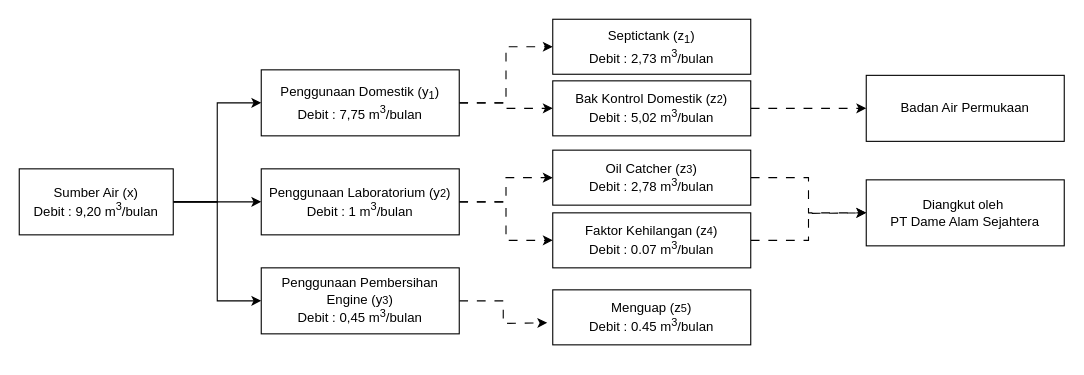
farid-arrasyid/SIGAP_OCSA keeps this draw.io diagram as page "BS139" (3 of 3) of Pemakaian Air Distrik Jambi.drawio. Above is the earlier version. Source tidied: cells renumbered, new cells numbered last; positions are measured from the earlier drawing's top-left corner, leaving out a move shared by most shapes. Both pictures are drawn from the tidied source at 110%, with x=0, y=0 at pixel (19, 19).
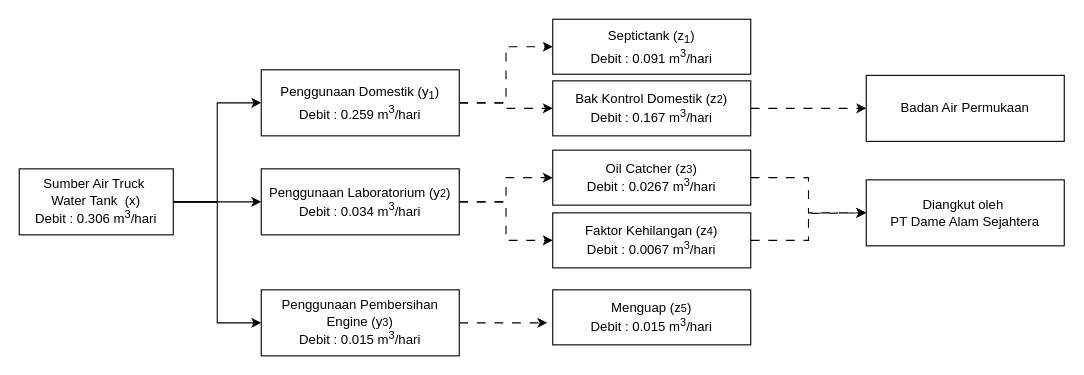
The same diagram, later.

Change to the diagram source:
```diff
@@
-    <mxCell id="5" value="Sumber Air (x)&lt;br&gt;Debit : 9,20&amp;nbsp;m&lt;sup&gt;3&lt;/sup&gt;/bulan" style="rounded=0;whiteSpace=wrap;html=1;" parent="1" vertex="1">
+    <mxCell id="5" value="Sumber Air Truck&amp;nbsp;&lt;br&gt;&lt;span style=&quot;background-color: transparent; color: light-dark(rgb(0, 0, 0), rgb(255, 255, 255));&quot;&gt;Water Tank&lt;/span&gt;&lt;span style=&quot;background-color: transparent; color: light-dark(rgb(0, 0, 0), rgb(255, 255, 255));&quot;&gt;&amp;nbsp;&lt;/span&gt;&amp;nbsp;(x)&lt;br&gt;Debit : 0.306 m&lt;sup&gt;3&lt;/sup&gt;/hari" style="rounded=0;whiteSpace=wrap;html=1;" parent="1" vertex="1">
       <mxGeometry y="136" width="140" height="60" as="geometry" />
     </mxCell>
@@
-    <mxCell id="8" value="Penggunaan Domestik (y&lt;sub&gt;1&lt;/sub&gt;)&lt;div&gt;Debit : 7,75 m&lt;sup&gt;3&lt;/sup&gt;/bulan&lt;/div&gt;" style="rounded=0;whiteSpace=wrap;html=1;" parent="1" vertex="1">
+    <mxCell id="8" value="Penggunaan Domestik (y&lt;sub&gt;1&lt;/sub&gt;)&lt;div&gt;Debit : 0.259 m&lt;sup&gt;3&lt;/sup&gt;/&lt;span style=&quot;background-color: transparent; color: light-dark(rgb(0, 0, 0), rgb(255, 255, 255));&quot;&gt;hari&lt;/span&gt;&lt;/div&gt;" style="rounded=0;whiteSpace=wrap;html=1;" parent="1" vertex="1">
       <mxGeometry x="220" y="46" width="180" height="60" as="geometry" />
     </mxCell>
@@
-    <mxCell id="11" value="Penggunaan Laboratorium (y&lt;span style=&quot;font-size: 10px;&quot;&gt;2&lt;/span&gt;)&lt;div&gt;Debit : 1 m&lt;sup&gt;3&lt;/sup&gt;/bulan&lt;/div&gt;" style="rounded=0;whiteSpace=wrap;html=1;" parent="1" vertex="1">
+    <mxCell id="11" value="Penggunaan Laboratorium (y&lt;span style=&quot;font-size: 10px;&quot;&gt;2&lt;/span&gt;)&lt;div&gt;Debit : 0.034 m&lt;sup&gt;3&lt;/sup&gt;/hari&lt;/div&gt;" style="rounded=0;whiteSpace=wrap;html=1;" parent="1" vertex="1">
       <mxGeometry x="220" y="136" width="180" height="60" as="geometry" />
     </mxCell>
@@
-    <mxCell id="13" value="Penggunaan Pembersihan Engine (y&lt;span style=&quot;font-size: 10px;&quot;&gt;3&lt;/span&gt;)&lt;div&gt;Debit : 0,45 m&lt;sup&gt;3&lt;/sup&gt;/bulan&lt;/div&gt;" style="rounded=0;whiteSpace=wrap;html=1;" parent="1" vertex="1">
-      <mxGeometry x="220" y="226" width="180" height="60" as="geometry" />
+    <mxCell id="13" value="Penggunaan Pembersihan Engine (y&lt;span style=&quot;font-size: 10px;&quot;&gt;3&lt;/span&gt;)&lt;div&gt;Debit : 0.015 m&lt;sup&gt;3&lt;/sup&gt;/hari&lt;/div&gt;" style="rounded=0;whiteSpace=wrap;html=1;" parent="1" vertex="1">
+      <mxGeometry x="220" y="246" width="180" height="60" as="geometry" />
     </mxCell>
-    <mxCell id="14" value="Septictank (z&lt;sub&gt;1&lt;/sub&gt;)&lt;div&gt;Debit : 2,73 m&lt;sup&gt;3&lt;/sup&gt;/bulan&lt;/div&gt;" style="rounded=0;whiteSpace=wrap;html=1;" parent="1" vertex="1">
+    <mxCell id="14" value="Septictank (z&lt;sub&gt;1&lt;/sub&gt;)&lt;div&gt;Debit : 0.091 m&lt;sup&gt;3&lt;/sup&gt;/hari&lt;/div&gt;" style="rounded=0;whiteSpace=wrap;html=1;" parent="1" vertex="1">
       <mxGeometry x="485" width="180" height="50" as="geometry" />
     </mxCell>
@@
-    <mxCell id="16" value="Bak Kontrol Domestik (z&lt;span style=&quot;font-size: 10px;&quot;&gt;2&lt;/span&gt;)&lt;div&gt;Debit : 5,02 m&lt;sup&gt;3&lt;/sup&gt;/bulan&lt;/div&gt;" style="rounded=0;whiteSpace=wrap;html=1;" parent="1" vertex="1">
+    <mxCell id="16" value="Bak Kontrol Domestik (z&lt;span style=&quot;font-size: 10px;&quot;&gt;2&lt;/span&gt;)&lt;div&gt;Debit : 0.167 m&lt;sup&gt;3&lt;/sup&gt;/&lt;span style=&quot;background-color: transparent; color: light-dark(rgb(0, 0, 0), rgb(255, 255, 255));&quot;&gt;hari&lt;/span&gt;&lt;/div&gt;" style="rounded=0;whiteSpace=wrap;html=1;" parent="1" vertex="1">
       <mxGeometry x="485" y="56" width="180" height="50" as="geometry" />
     </mxCell>
@@
-    <mxCell id="18" value="Oil Catcher (z&lt;span style=&quot;font-size: 10px;&quot;&gt;3&lt;/span&gt;)&lt;div&gt;Debit : 2,78 m&lt;sup&gt;3&lt;/sup&gt;/bulan&lt;/div&gt;" style="rounded=0;whiteSpace=wrap;html=1;" parent="1" vertex="1">
+    <mxCell id="18" value="Oil Catcher (z&lt;span style=&quot;font-size: 10px;&quot;&gt;3&lt;/span&gt;)&lt;div&gt;Debit : 0.0267 m&lt;sup&gt;3&lt;/sup&gt;/&lt;span style=&quot;background-color: transparent; color: light-dark(rgb(0, 0, 0), rgb(255, 255, 255));&quot;&gt;hari&lt;/span&gt;&lt;/div&gt;" style="rounded=0;whiteSpace=wrap;html=1;" parent="1" vertex="1">
       <mxGeometry x="485" y="119" width="180" height="50" as="geometry" />
     </mxCell>
@@
-    <mxCell id="20" value="Faktor Kehilangan (z&lt;span style=&quot;font-size: 10px;&quot;&gt;4&lt;/span&gt;)&lt;div&gt;Debit : 0.07 m&lt;sup&gt;3&lt;/sup&gt;/bulan&lt;/div&gt;" style="rounded=0;whiteSpace=wrap;html=1;" parent="1" vertex="1">
+    <mxCell id="20" value="Faktor Kehilangan (z&lt;span style=&quot;font-size: 10px;&quot;&gt;4&lt;/span&gt;)&lt;div&gt;Debit : 0.0067 m&lt;sup&gt;3&lt;/sup&gt;/&lt;span style=&quot;background-color: transparent; color: light-dark(rgb(0, 0, 0), rgb(255, 255, 255));&quot;&gt;hari&lt;/span&gt;&lt;/div&gt;" style="rounded=0;whiteSpace=wrap;html=1;" parent="1" vertex="1">
       <mxGeometry x="485" y="176" width="180" height="50" as="geometry" />
     </mxCell>
-    <mxCell id="21" value="Menguap (z&lt;span style=&quot;font-size: 10px;&quot;&gt;5&lt;/span&gt;)&lt;div&gt;Debit : 0.45 m&lt;sup&gt;3&lt;/sup&gt;/bulan&lt;/div&gt;" style="rounded=0;whiteSpace=wrap;html=1;" parent="1" vertex="1">
+    <mxCell id="21" value="Menguap (z&lt;span style=&quot;font-size: 10px;&quot;&gt;5&lt;/span&gt;)&lt;div&gt;Debit : 0.015 m&lt;sup&gt;3&lt;/sup&gt;/hari&lt;/div&gt;" style="rounded=0;whiteSpace=wrap;html=1;" parent="1" vertex="1">
       <mxGeometry x="485" y="246" width="180" height="50" as="geometry" />
     </mxCell>
```
